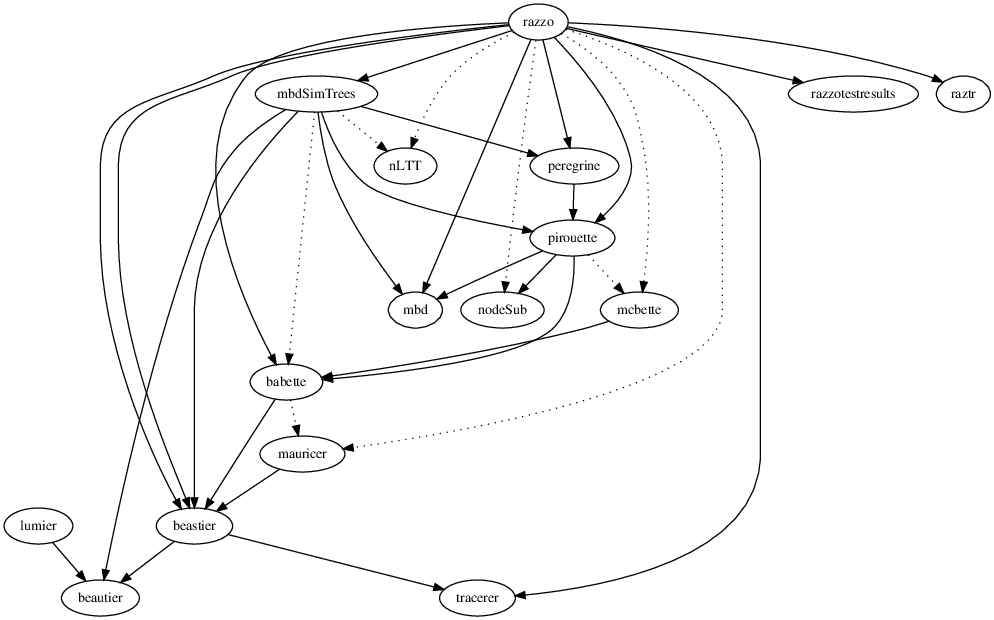
This is doc/dependencies.png from richelbilderbeek/razzo, a Graphviz export, as it was before one commit. Its source is kept beside it as doc/dependencies.dot.
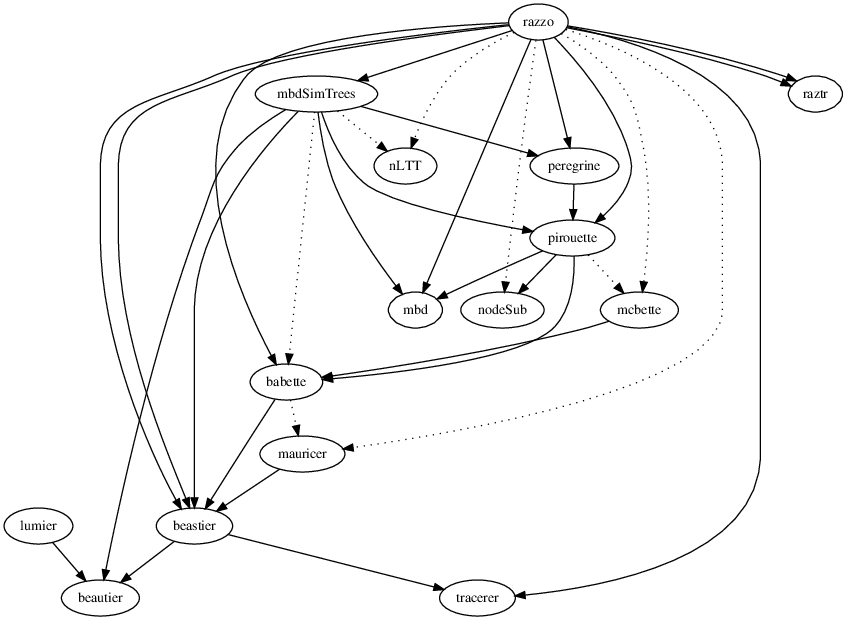
Later version of the same file.

What changed in the source:
```diff
@@ -14,7 +14,7 @@
   peregrine -> pirouette;
   razzo -> pirouette;
   razzo -> peregrine;
-  razzo -> razzotestresults;
+  razzo -> raztr;
   razzo -> beastier;
   razzo -> beastier;
   razzo -> mbd;
```
